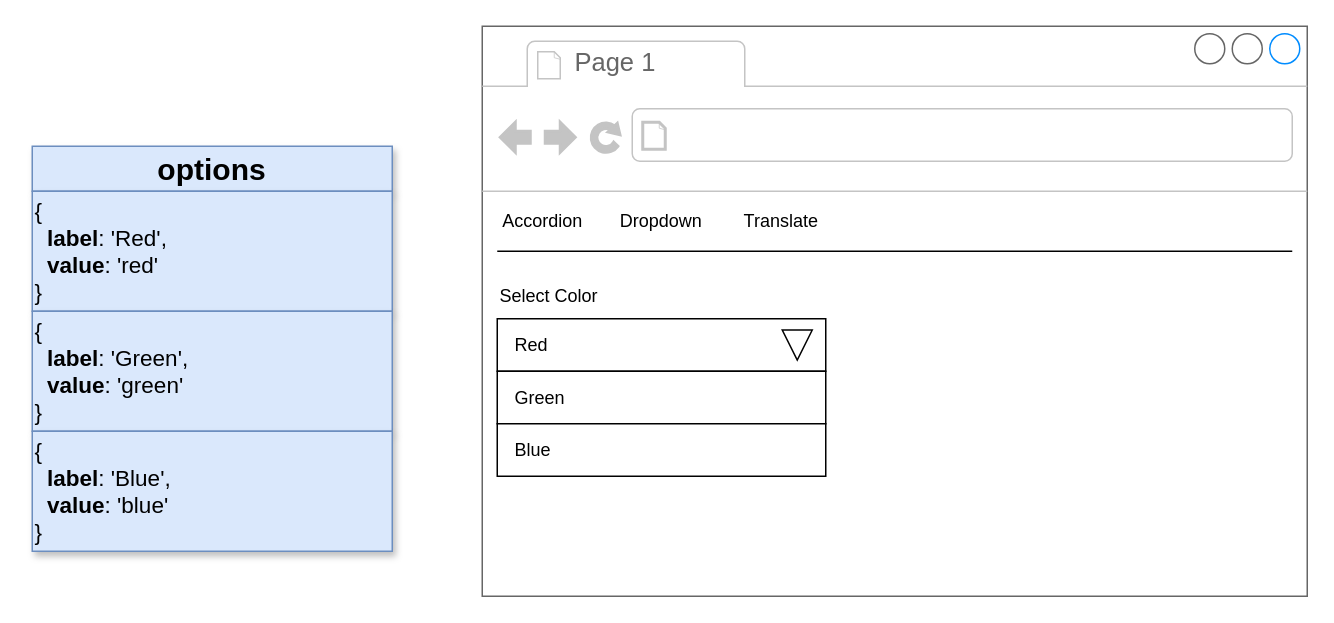
Earlier version of the draw.io diagram page "03 - props" (4 of 22) of diagrams/widgets/02.drawio (HappySuzuki/redux-code). Source tidied: cells renumbered, new cells numbered last; positions are measured from the earlier drawing's top-left corner, leaving out a move shared by most shapes. Both pictures are drawn from the tidied source at 150%, with x=0, y=0 at pixel (32, 26).
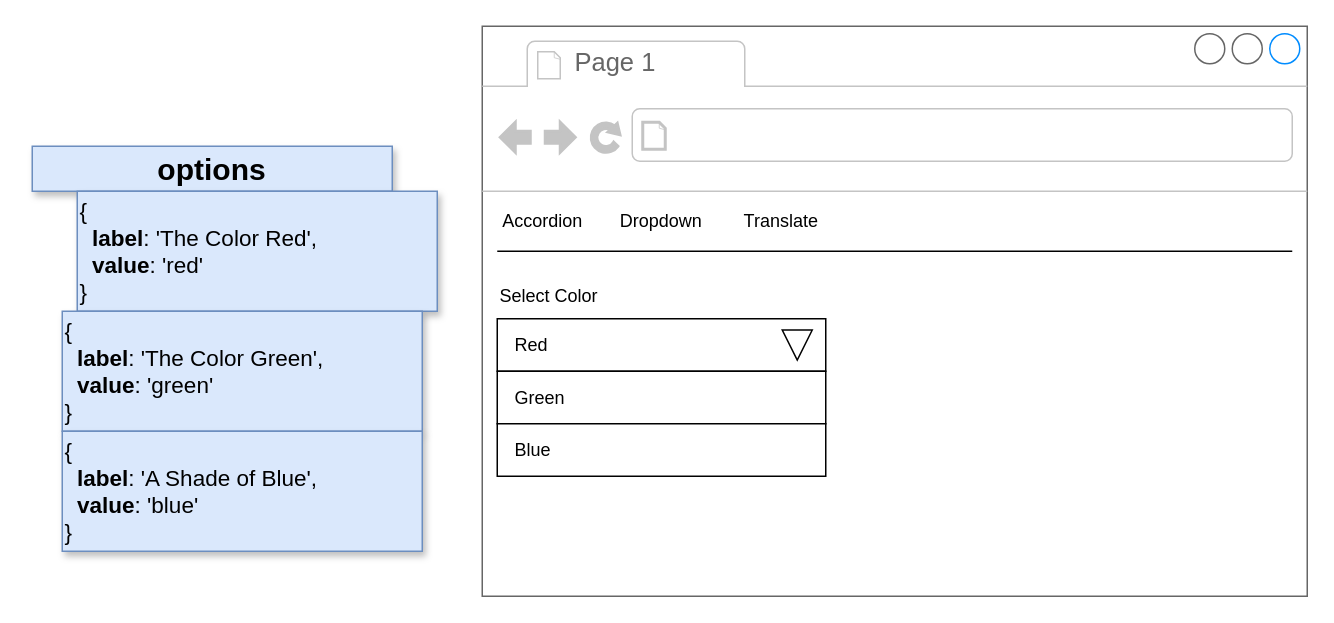
After the change.

Diff of the diagram source:
```diff
@@
 <mxGraphModel>
   <root>
     <mxCell id="0" />
     <mxCell id="1" parent="0" />
     <mxCell id="2" style="strokeWidth=1;shadow=0;dashed=0;align=center;html=1;shape=mxgraph.mockup.containers.browserWindow;rSize=0;strokeColor=#666666;strokeColor2=#008cff;strokeColor3=#c4c4c4;mainText=,;" parent="1" vertex="1">
       <mxGeometry x="300" width="550" height="380" as="geometry" />
     </mxCell>
     <mxCell id="3" value="Page 1" style="strokeWidth=1;shadow=0;dashed=0;align=center;html=1;shape=mxgraph.mockup.containers.anchor;fontSize=17;fontColor=#666666;align=left;" parent="2" vertex="1">
       <mxGeometry x="60" y="12" width="110" height="26" as="geometry" />
     </mxCell>
     <mxCell id="4" style="strokeWidth=1;shadow=0;dashed=0;align=center;html=1;shape=mxgraph.mockup.containers.anchor;rSize=0;fontSize=17;fontColor=#666666;align=left;" parent="2" vertex="1">
       <mxGeometry x="130" y="60" width="250" height="26" as="geometry" />
     </mxCell>
     <mxCell id="5" style="endArrow=none;html=1;" parent="2" edge="1">
       <mxGeometry relative="1" as="geometry">
         <mxPoint x="10" y="150" as="sourcePoint" />
         <mxPoint x="540" y="150" as="targetPoint" />
       </mxGeometry>
     </mxCell>
     <mxCell id="6" value="Accordion" style="text;html=1;strokeColor=none;fillColor=none;align=center;verticalAlign=middle;whiteSpace=wrap;rounded=0;" parent="2" vertex="1">
       <mxGeometry x="11" y="120" width="59" height="20" as="geometry" />
     </mxCell>
     <mxCell id="7" value="Dropdown" style="text;html=1;strokeColor=none;fillColor=none;align=center;verticalAlign=middle;whiteSpace=wrap;rounded=0;" parent="2" vertex="1">
       <mxGeometry x="90" y="120" width="59" height="20" as="geometry" />
     </mxCell>
     <mxCell id="8" value="Translate" style="text;html=1;strokeColor=none;fillColor=none;align=center;verticalAlign=middle;whiteSpace=wrap;rounded=0;" parent="2" vertex="1">
       <mxGeometry x="170" y="120" width="59" height="20" as="geometry" />
     </mxCell>
     <mxCell id="9" style="rounded=0;whiteSpace=wrap;html=1;" parent="2" vertex="1">
       <mxGeometry x="10" y="195" width="219" height="35" as="geometry" />
     </mxCell>
     <mxCell id="10" value="Select Color" style="text;html=1;strokeColor=none;fillColor=none;align=left;verticalAlign=middle;whiteSpace=wrap;rounded=0;" parent="2" vertex="1">
       <mxGeometry x="10" y="170" width="100" height="20" as="geometry" />
     </mxCell>
     <mxCell id="11" style="triangle;whiteSpace=wrap;html=1;align=left;rotation=90;" parent="2" vertex="1">
       <mxGeometry x="200" y="202.5" width="20" height="20" as="geometry" />
     </mxCell>
     <mxCell id="12" value="Red" style="text;html=1;strokeColor=none;fillColor=none;align=left;verticalAlign=middle;whiteSpace=wrap;rounded=0;" parent="2" vertex="1">
       <mxGeometry x="20" y="202.5" width="100" height="20" as="geometry" />
     </mxCell>
     <mxCell id="13" value="&amp;nbsp; &amp;nbsp;Green" style="rounded=0;whiteSpace=wrap;html=1;align=left;" parent="2" vertex="1">
       <mxGeometry x="10" y="230" width="219" height="35" as="geometry" />
     </mxCell>
     <mxCell id="14" value="&amp;nbsp; &amp;nbsp;Blue" style="rounded=0;whiteSpace=wrap;html=1;align=left;" parent="2" vertex="1">
       <mxGeometry x="10" y="265" width="219" height="35" as="geometry" />
     </mxCell>
     <mxCell id="15" value="options" style="rounded=0;whiteSpace=wrap;html=1;shadow=1;fontSize=20;align=center;fillColor=#dae8fc;strokeColor=#6c8ebf;fontStyle=1;" parent="1" vertex="1">
       <mxGeometry y="80" width="240" height="30" as="geometry" />
     </mxCell>
-    <mxCell id="16" value="&lt;span style=&quot;font-weight: normal&quot;&gt;{ &lt;br&gt;&amp;nbsp; &lt;/span&gt;label&lt;span style=&quot;font-weight: normal&quot;&gt;: 'Red',&lt;br&gt;&amp;nbsp; &lt;/span&gt;value&lt;span style=&quot;font-weight: normal&quot;&gt;: 'red'&lt;br&gt;}&lt;br&gt;&lt;/span&gt;" style="rounded=0;whiteSpace=wrap;html=1;shadow=1;fontSize=15;align=left;fillColor=#dae8fc;strokeColor=#6c8ebf;fontStyle=1;" parent="1" vertex="1">
-      <mxGeometry y="110" width="240" height="80" as="geometry" />
+    <mxCell id="16" value="&lt;span style=&quot;font-weight: normal&quot;&gt;{ &lt;br&gt;&amp;nbsp; &lt;/span&gt;label&lt;span style=&quot;font-weight: normal&quot;&gt;: 'The Color Red',&lt;br&gt;&amp;nbsp; &lt;/span&gt;value&lt;span style=&quot;font-weight: normal&quot;&gt;: 'red'&lt;br&gt;}&lt;br&gt;&lt;/span&gt;" style="rounded=0;whiteSpace=wrap;html=1;shadow=1;fontSize=15;align=left;fillColor=#dae8fc;strokeColor=#6c8ebf;fontStyle=1;" parent="1" vertex="1">
+      <mxGeometry x="30" y="110" width="240" height="80" as="geometry" />
     </mxCell>
-    <mxCell id="17" value="&lt;span style=&quot;font-weight: normal&quot;&gt;{ &lt;br&gt;&amp;nbsp; &lt;/span&gt;label&lt;span style=&quot;font-weight: normal&quot;&gt;: 'Green',&lt;br&gt;&amp;nbsp; &lt;/span&gt;value&lt;span style=&quot;font-weight: normal&quot;&gt;: 'green'&lt;br&gt;}&lt;br&gt;&lt;/span&gt;" style="rounded=0;whiteSpace=wrap;html=1;shadow=1;fontSize=15;align=left;fillColor=#dae8fc;strokeColor=#6c8ebf;fontStyle=1;" parent="1" vertex="1">
-      <mxGeometry y="190" width="240" height="80" as="geometry" />
+    <mxCell id="17" value="&lt;span style=&quot;font-weight: normal&quot;&gt;{ &lt;br&gt;&amp;nbsp; &lt;/span&gt;label&lt;span style=&quot;font-weight: normal&quot;&gt;: 'The Color Green',&lt;br&gt;&amp;nbsp; &lt;/span&gt;value&lt;span style=&quot;font-weight: normal&quot;&gt;: 'green'&lt;br&gt;}&lt;br&gt;&lt;/span&gt;" style="rounded=0;whiteSpace=wrap;html=1;shadow=1;fontSize=15;align=left;fillColor=#dae8fc;strokeColor=#6c8ebf;fontStyle=1;" parent="1" vertex="1">
+      <mxGeometry x="20" y="190" width="240" height="80" as="geometry" />
     </mxCell>
-    <mxCell id="18" value="&lt;span style=&quot;font-weight: normal&quot;&gt;{ &lt;br&gt;&amp;nbsp; &lt;/span&gt;label&lt;span style=&quot;font-weight: normal&quot;&gt;: 'Blue',&lt;br&gt;&amp;nbsp; &lt;/span&gt;value&lt;span style=&quot;font-weight: normal&quot;&gt;: 'blue'&lt;br&gt;}&lt;br&gt;&lt;/span&gt;" style="rounded=0;whiteSpace=wrap;html=1;shadow=1;fontSize=15;align=left;fillColor=#dae8fc;strokeColor=#6c8ebf;fontStyle=1;" parent="1" vertex="1">
-      <mxGeometry y="270" width="240" height="80" as="geometry" />
+    <mxCell id="18" value="&lt;span style=&quot;font-weight: normal&quot;&gt;{ &lt;br&gt;&amp;nbsp; &lt;/span&gt;label&lt;span style=&quot;font-weight: normal&quot;&gt;: 'A Shade of Blue',&lt;br&gt;&amp;nbsp; &lt;/span&gt;value&lt;span style=&quot;font-weight: normal&quot;&gt;: 'blue'&lt;br&gt;}&lt;br&gt;&lt;/span&gt;" style="rounded=0;whiteSpace=wrap;html=1;shadow=1;fontSize=15;align=left;fillColor=#dae8fc;strokeColor=#6c8ebf;fontStyle=1;" parent="1" vertex="1">
+      <mxGeometry x="20" y="270" width="240" height="80" as="geometry" />
     </mxCell>
   </root>
 </mxGraphModel>
```
